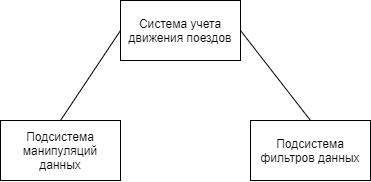
This is структурная схема функционала.png from rezelput/TrainOrgnz, a draw.io export, as it was before one commit. Source tidied: cells renumbered, new cells last; positions are measured from the earlier drawing's top-left corner, leaving out a move shared by most shapes.
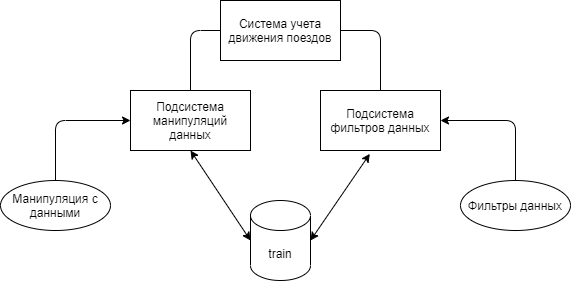
Later version of the same file.

The edit, as a diff of the source:
```diff
@@ -3,19 +3,56 @@
     <mxCell id="0" />
     <mxCell id="1" parent="0" />
     <mxCell id="2" value="Система учета движения поездов" style="rounded=0;whiteSpace=wrap;html=1;" parent="1" vertex="1">
-      <mxGeometry x="120" width="120" height="60" as="geometry" />
+      <mxGeometry x="120" y="20" width="120" height="60" as="geometry" />
     </mxCell>
     <mxCell id="3" value="Подсистема манипуляций данных" style="rounded=0;whiteSpace=wrap;html=1;" parent="1" vertex="1">
-      <mxGeometry y="120" width="120" height="60" as="geometry" />
+      <mxGeometry x="30" y="110" width="120" height="60" as="geometry" />
     </mxCell>
     <mxCell id="4" value="Подсистема фильтров данных" style="rounded=0;whiteSpace=wrap;html=1;" parent="1" vertex="1">
-      <mxGeometry x="250" y="120" width="120" height="60" as="geometry" />
+      <mxGeometry x="220" y="110" width="120" height="60" as="geometry" />
     </mxCell>
     <mxCell id="5" style="endArrow=none;html=1;exitX=0.5;exitY=0;exitDx=0;exitDy=0;entryX=0;entryY=0.5;entryDx=0;entryDy=0;" parent="1" edge="1" source="3" target="2">
-      <mxGeometry relative="1" as="geometry" />
+      <mxGeometry relative="1" as="geometry">
+        <Array as="points">
+          <mxPoint x="90" y="50" />
+        </Array>
+      </mxGeometry>
     </mxCell>
     <mxCell id="6" style="endArrow=none;html=1;entryX=1;entryY=0.5;entryDx=0;entryDy=0;exitX=0.5;exitY=0;exitDx=0;exitDy=0;" parent="1" edge="1" source="4" target="2">
-      <mxGeometry relative="1" as="geometry" />
+      <mxGeometry relative="1" as="geometry">
+        <Array as="points">
+          <mxPoint x="280" y="50" />
+        </Array>
+      </mxGeometry>
     </mxCell>
+    <mxCell id="7" value="train" style="shape=cylinder3;whiteSpace=wrap;html=1;boundedLbl=1;backgroundOutline=1;size=15;" parent="1" vertex="1">
+      <mxGeometry x="150" y="220" width="60" height="80" as="geometry" />
+    </mxCell>
+    <mxCell id="8" style="endArrow=classic;startArrow=classic;html=1;entryX=0.5;entryY=1;entryDx=0;entryDy=0;exitX=0;exitY=0.5;exitDx=0;exitDy=0;exitPerimeter=0;" parent="1" edge="1" source="7" target="3">
+      <mxGeometry relative="1" as="geometry" />
+    </mxCell>
+    <mxCell id="9" style="endArrow=classic;startArrow=classic;html=1;entryX=0.411;entryY=1.056;entryDx=0;entryDy=0;entryPerimeter=0;exitX=1;exitY=0.5;exitDx=0;exitDy=0;exitPerimeter=0;" parent="1" edge="1" source="7" target="4">
+      <mxGeometry relative="1" as="geometry" />
+    </mxCell>
+    <mxCell id="10" value="Манипуляция с данными" style="ellipse;whiteSpace=wrap;html=1;" parent="1" vertex="1">
+      <mxGeometry x="-100" y="200" width="110" height="50" as="geometry" />
+    </mxCell>
+    <mxCell id="11" style="endArrow=classic;html=1;entryX=0;entryY=0.5;entryDx=0;entryDy=0;exitX=0.5;exitY=0;exitDx=0;exitDy=0;" parent="1" edge="1" source="10" target="3">
+      <mxGeometry relative="1" as="geometry">
+        <Array as="points">
+          <mxPoint x="-45" y="140" />
+        </Array>
+      </mxGeometry>
+    </mxCell>
+    <mxCell id="12" value="Фильтры данных" style="ellipse;whiteSpace=wrap;html=1;" parent="1" vertex="1">
+      <mxGeometry x="360" y="200" width="110" height="50" as="geometry" />
+    </mxCell>
+    <mxCell id="13" style="endArrow=classic;html=1;entryX=1;entryY=0.5;entryDx=0;entryDy=0;exitX=0.5;exitY=0;exitDx=0;exitDy=0;" parent="1" edge="1" source="12" target="4">
+      <mxGeometry relative="1" as="geometry">
+        <Array as="points">
+          <mxPoint x="415" y="140" />
+        </Array>
+      </mxGeometry>
+    </mxCell>
   </root>
 </mxGraphModel>
```
